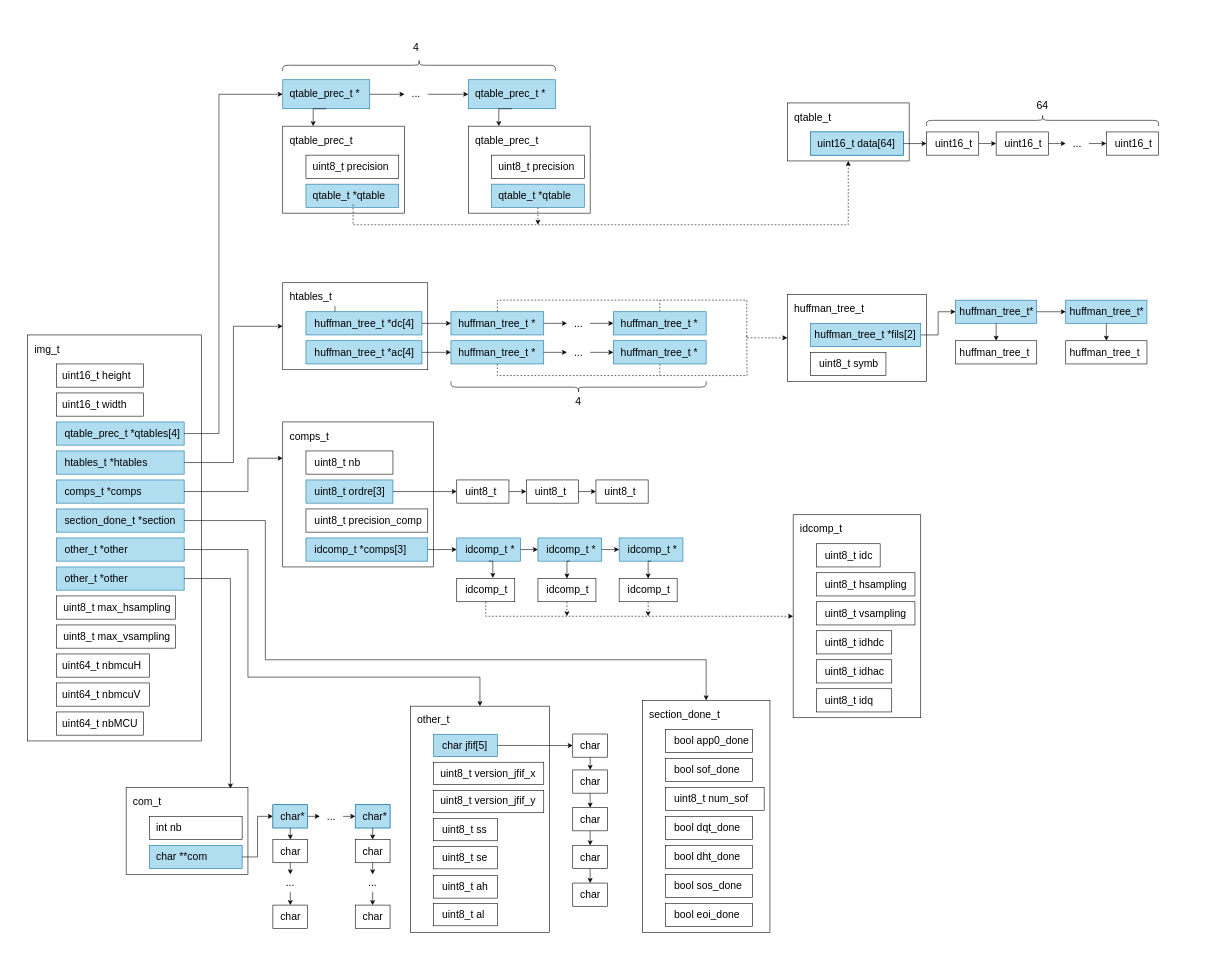
The draw.io diagram schemas/diagram_img.drawio in GabrielTessier/jpeg_decoder, before the edit. Source tidied: cells renumbered, new cells numbered last; positions are measured from the earlier drawing's top-left corner, leaving out a move shared by most shapes. Both pictures are drawn from the tidied source at 58%, with x=0, y=0 at pixel (10, -71).
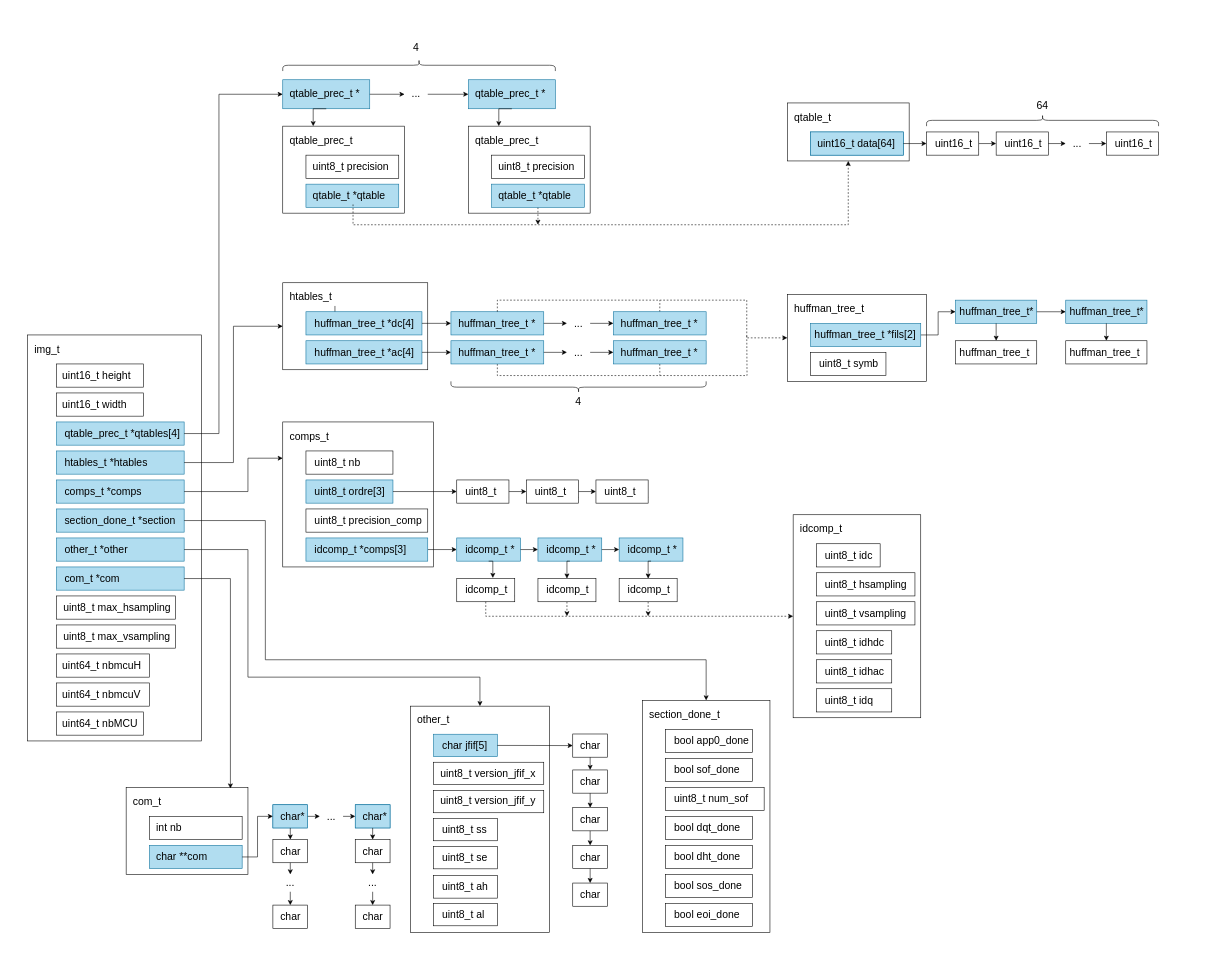
The same diagram, later.

Unchanged cells that the change refers to:
```xml
<mxCell id="289" style="group;" parent="3" vertex="1">
  <mxGeometry x="80" y="1100" width="220" height="40" as="geometry" />
</mxCell>
```

Diff of the diagram source:
```diff
@@
-    <mxCell id="291" value="other_t *other" style="text;html=1;align=left;verticalAlign=middle;whiteSpace=wrap;rounded=0;fontSize=18;" parent="289" vertex="1">
+    <mxCell id="291" value="com_t *com" style="text;html=1;align=left;verticalAlign=middle;whiteSpace=wrap;rounded=0;fontSize=18;" parent="289" vertex="1">
       <mxGeometry x="11.6" y="5" width="208.4" height="30" as="geometry" />
     </mxCell>
```
